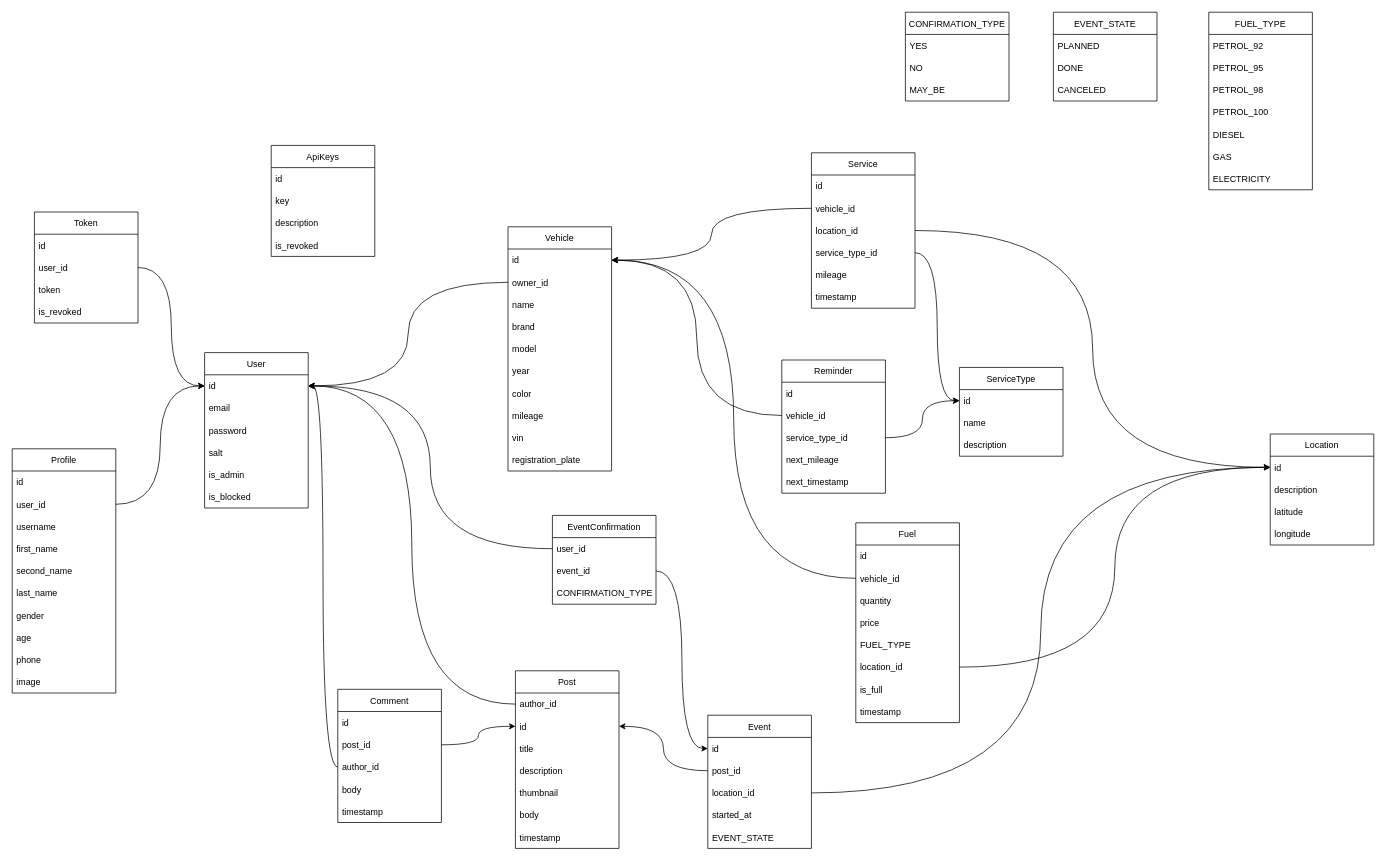
jadjer/mores keeps this draw.io diagram as page "database models" (1 of 2) of schema.drawio. Above is the earlier version. Source tidied: cells renumbered, new cells numbered last; positions are measured from the earlier drawing's top-left corner, leaving out a move shared by most shapes. Both pictures are drawn from the tidied source at 74%, with x=0, y=0 at pixel (12, 12).
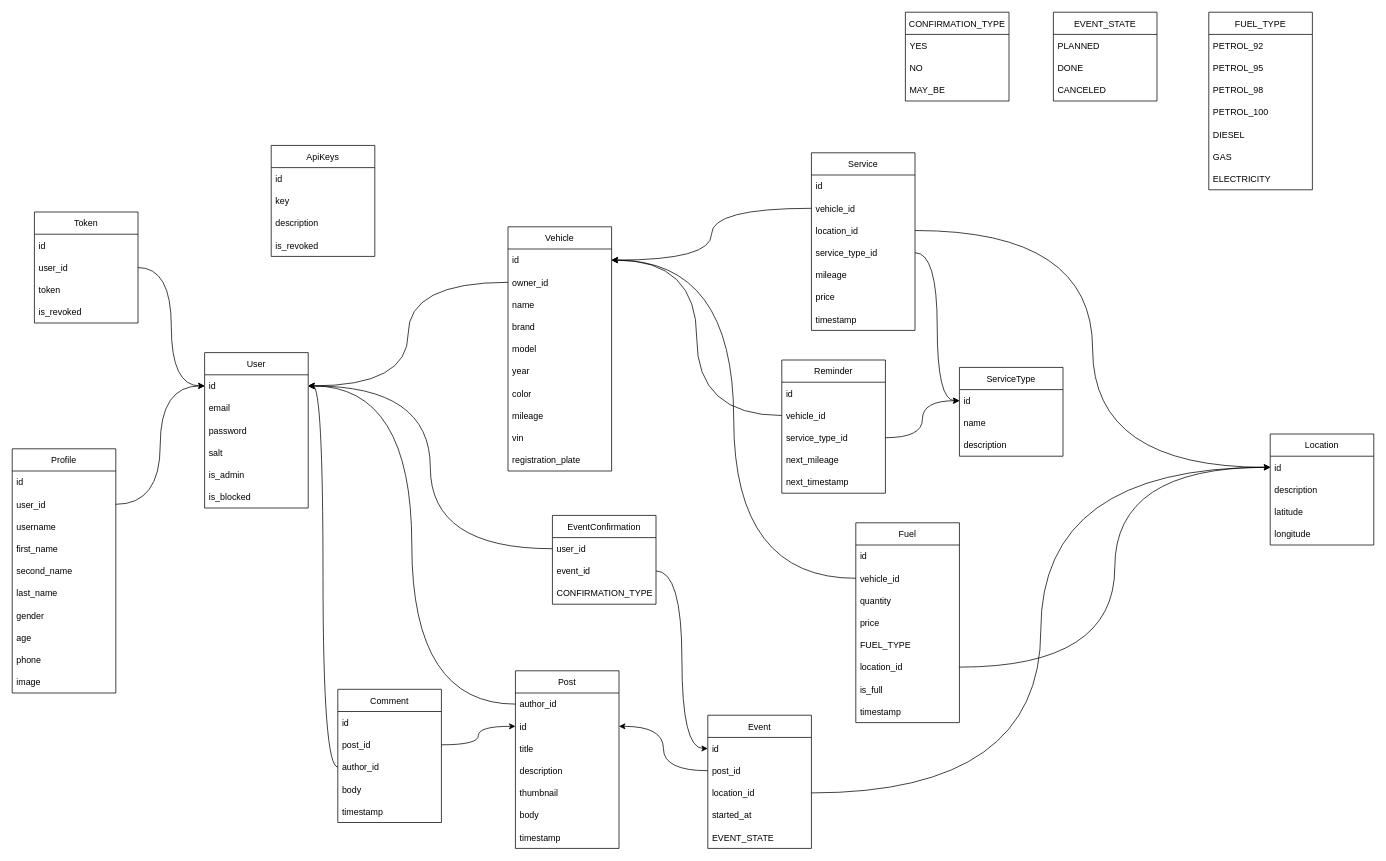
The same page after the edit.

The edit, as a diff of the source:
```diff
@@
     <mxCell id="20" value="Service" style="swimlane;fontStyle=0;horizontal=1;startSize=30;" parent="1" vertex="1">
-      <mxGeometry x="1080" y="190" width="140" height="210" as="geometry" />
+      <mxGeometry x="1080" y="190" width="140" height="240" as="geometry" />
     </mxCell>
@@
+    <mxCell id="129" value="price" style="text;strokeColor=none;fillColor=none;align=left;verticalAlign=middle;spacingLeft=4;spacingRight=4;overflow=hidden;" parent="20" vertex="1">
+      <mxGeometry y="180" width="140" height="30" as="geometry" />
+    </mxCell>
     <mxCell id="26" value="timestamp" style="text;strokeColor=none;fillColor=none;align=left;verticalAlign=middle;spacingLeft=4;spacingRight=4;overflow=hidden;" parent="20" vertex="1">
-      <mxGeometry y="180" width="140" height="30" as="geometry" />
+      <mxGeometry y="210" width="140" height="30" as="geometry" />
     </mxCell>
```
